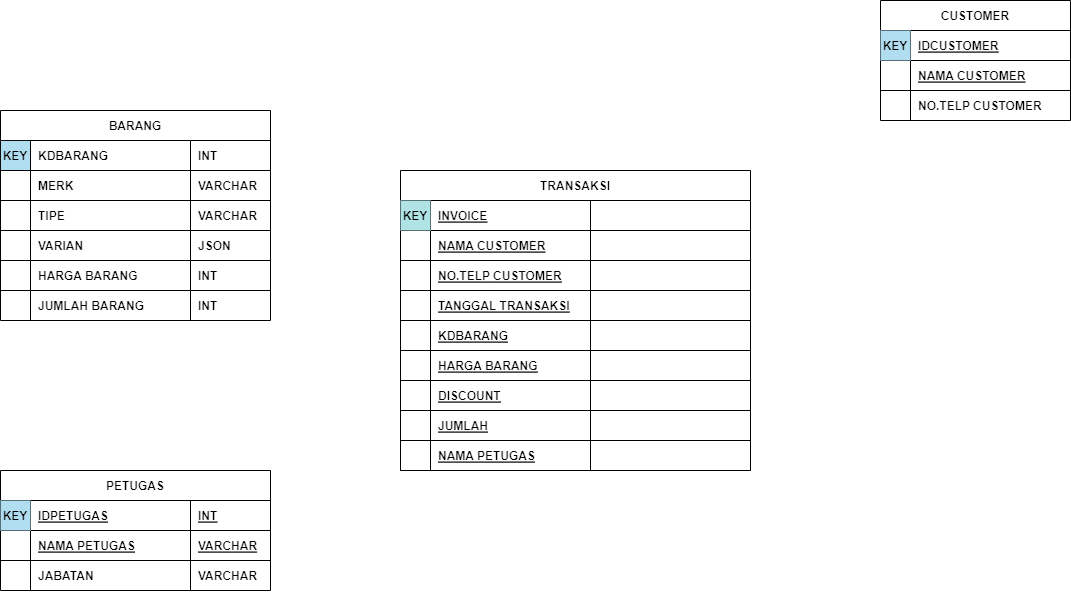
Earlier version of the draw.io export database.drawio.png (MountZ1/PR_PenjualanHandPhone_ArdiSaputraTIP-21.2). Source tidied: cells renumbered, new cells last; positions are measured from the earlier drawing's top-left corner, leaving out a move shared by most shapes.
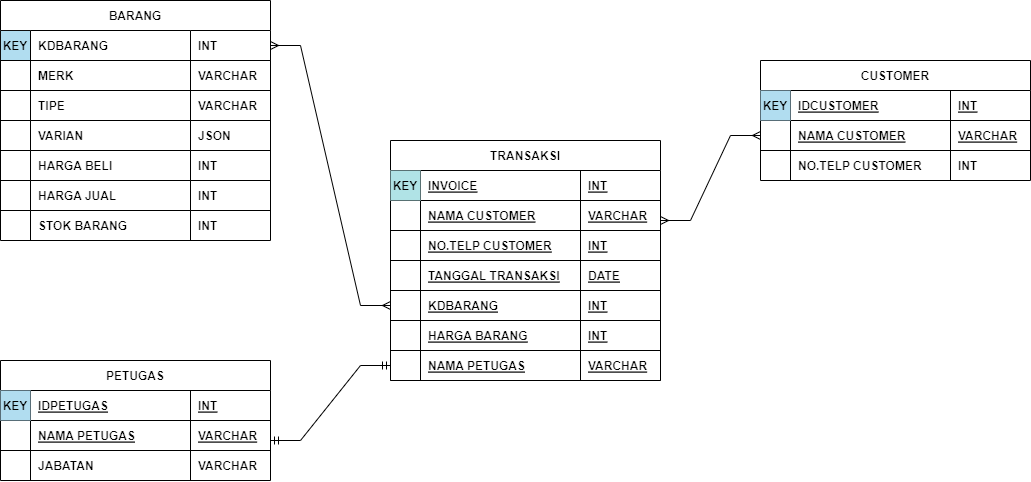
Above is the later version.

What changed in the source:
```diff
@@ -42,10 +42,10 @@
       <mxGeometry x="190" width="80" height="30" as="geometry" />
     </mxCell>
     <mxCell id="15" value="CUSTOMER" style="shape=table;startSize=30;rowLines=0;fontStyle=1;align=center;" parent="1" vertex="1">
-      <mxGeometry x="880" width="190" height="120" as="geometry" />
+      <mxGeometry x="760" y="170" width="270" height="120" as="geometry" />
     </mxCell>
     <mxCell id="16" style="shape=partialRectangle;fillColor=none;top=0;left=0;right=0;bottom=1;" parent="15" vertex="1">
-      <mxGeometry y="30" width="190" height="30" as="geometry" />
+      <mxGeometry y="30" width="270" height="30" as="geometry" />
     </mxCell>
     <mxCell id="17" value="KEY" style="shape=partialRectangle;overflow=hidden;fillColor=#b1ddf0;top=0;left=0;bottom=0;right=0;fontStyle=1;strokeColor=#10739e;" parent="16" vertex="1">
       <mxGeometry width="30" height="30" as="geometry" />
@@ -53,8 +53,11 @@
     <mxCell id="18" value="IDCUSTOMER" style="shape=partialRectangle;overflow=hidden;fillColor=none;top=0;left=0;bottom=0;right=0;align=left;spacingLeft=6;fontStyle=5;" parent="16" vertex="1">
       <mxGeometry x="30" width="160" height="30" as="geometry" />
     </mxCell>
+    <mxCell id="87" value="INT" style="shape=partialRectangle;overflow=hidden;fillColor=none;top=0;left=0;bottom=0;right=0;align=left;spacingLeft=6;fontStyle=5;" parent="16" vertex="1">
+      <mxGeometry x="190" width="80" height="30" as="geometry" />
+    </mxCell>
     <mxCell id="19" style="shape=partialRectangle;fillColor=none;points=[[0,0.5],[1,0.5]];portConstraint=eastwest;top=0;left=0;right=0;bottom=1;" parent="15" vertex="1">
-      <mxGeometry y="60" width="190" height="30" as="geometry" />
+      <mxGeometry y="60" width="270" height="30" as="geometry" />
     </mxCell>
     <mxCell id="20" style="shape=partialRectangle;overflow=hidden;fillColor=none;top=0;left=0;bottom=0;right=0;fontStyle=1;" parent="19" vertex="1">
       <mxGeometry width="30" height="30" as="geometry" />
@@ -62,8 +65,11 @@
     <mxCell id="21" value="NAMA CUSTOMER" style="shape=partialRectangle;overflow=hidden;fillColor=none;top=0;left=0;bottom=0;right=0;align=left;spacingLeft=6;fontStyle=5;" parent="19" vertex="1">
       <mxGeometry x="30" width="160" height="30" as="geometry" />
     </mxCell>
+    <mxCell id="88" value="VARCHAR" style="shape=partialRectangle;overflow=hidden;fillColor=none;top=0;left=0;bottom=0;right=0;align=left;spacingLeft=6;fontStyle=5;" parent="19" vertex="1">
+      <mxGeometry x="190" width="80" height="30" as="geometry" />
+    </mxCell>
     <mxCell id="22" style="shape=partialRectangle;fillColor=none;top=0;left=0;right=0;bottom=0;" parent="15" vertex="1">
-      <mxGeometry y="90" width="190" height="30" as="geometry" />
+      <mxGeometry y="90" width="270" height="30" as="geometry" />
     </mxCell>
     <mxCell id="23" style="shape=partialRectangle;overflow=hidden;fillColor=none;top=0;left=0;bottom=0;right=0;" parent="22" vertex="1">
       <mxGeometry width="30" height="30" as="geometry" />
@@ -71,8 +77,11 @@
     <mxCell id="24" value="NO.TELP CUSTOMER" style="shape=partialRectangle;overflow=hidden;fillColor=none;top=0;left=0;bottom=0;right=0;align=left;spacingLeft=6;fontStyle=1;" parent="22" vertex="1">
       <mxGeometry x="30" width="160" height="30" as="geometry" />
     </mxCell>
+    <mxCell id="89" value="INT" style="shape=partialRectangle;overflow=hidden;fillColor=none;top=0;left=0;bottom=0;right=0;align=left;spacingLeft=6;fontStyle=1;" parent="22" vertex="1">
+      <mxGeometry x="190" width="80" height="30" as="geometry" />
+    </mxCell>
     <mxCell id="25" value="BARANG" style="shape=table;startSize=30;rowLines=1;fontStyle=1;align=center;" parent="1" vertex="1">
-      <mxGeometry y="110" width="270" height="210" as="geometry" />
+      <mxGeometry y="110" width="270" height="240" as="geometry" />
     </mxCell>
     <mxCell id="26" style="shape=partialRectangle;fillColor=#b1ddf0;points=[[0,0.5],[1,0.5]];portConstraint=eastwest;top=1;left=1;right=1;bottom=1;strokeColor=#0d0d0d;" parent="25" vertex="1">
       <mxGeometry y="30" width="270" height="30" as="geometry" />
@@ -122,35 +131,47 @@
     <mxCell id="41" value="JSON" style="shape=partialRectangle;overflow=hidden;fillColor=none;top=0;left=0;bottom=0;right=0;align=left;spacingLeft=6;fontStyle=1;" parent="38" vertex="1">
       <mxGeometry x="190" width="80" height="30" as="geometry" />
     </mxCell>
+    <mxCell id="90" style="shape=partialRectangle;fillColor=none;top=0;left=0;right=0;bottom=0;" parent="25" vertex="1">
+      <mxGeometry y="150" width="270" height="30" as="geometry" />
+    </mxCell>
+    <mxCell id="91" style="shape=partialRectangle;overflow=hidden;fillColor=none;top=0;left=0;bottom=0;right=0;" parent="90" vertex="1">
+      <mxGeometry width="30" height="30" as="geometry" />
+    </mxCell>
+    <mxCell id="92" value="HARGA BELI" style="shape=partialRectangle;overflow=hidden;fillColor=none;top=0;left=0;bottom=0;right=0;align=left;spacingLeft=6;fontStyle=1;" parent="90" vertex="1">
+      <mxGeometry x="30" width="160" height="30" as="geometry" />
+    </mxCell>
+    <mxCell id="93" value="INT" style="shape=partialRectangle;overflow=hidden;fillColor=none;top=0;left=0;bottom=0;right=0;align=left;spacingLeft=6;fontStyle=1;" parent="90" vertex="1">
+      <mxGeometry x="190" width="80" height="30" as="geometry" />
+    </mxCell>
     <mxCell id="42" style="shape=partialRectangle;fillColor=none;top=0;left=0;right=0;bottom=0;" parent="25" vertex="1">
-      <mxGeometry y="150" width="270" height="30" as="geometry" />
+      <mxGeometry y="180" width="270" height="30" as="geometry" />
     </mxCell>
     <mxCell id="43" style="shape=partialRectangle;overflow=hidden;fillColor=none;top=0;left=0;bottom=0;right=0;" parent="42" vertex="1">
       <mxGeometry width="30" height="30" as="geometry" />
     </mxCell>
-    <mxCell id="44" value="HARGA BARANG" style="shape=partialRectangle;overflow=hidden;fillColor=none;top=0;left=0;bottom=0;right=0;align=left;spacingLeft=6;fontStyle=1;" parent="42" vertex="1">
+    <mxCell id="44" value="HARGA JUAL" style="shape=partialRectangle;overflow=hidden;fillColor=none;top=0;left=0;bottom=0;right=0;align=left;spacingLeft=6;fontStyle=1;" parent="42" vertex="1">
       <mxGeometry x="30" width="160" height="30" as="geometry" />
     </mxCell>
     <mxCell id="45" value="INT" style="shape=partialRectangle;overflow=hidden;fillColor=none;top=0;left=0;bottom=0;right=0;align=left;spacingLeft=6;fontStyle=1;" parent="42" vertex="1">
       <mxGeometry x="190" width="80" height="30" as="geometry" />
     </mxCell>
     <mxCell id="46" style="shape=partialRectangle;fillColor=none;top=0;left=0;right=0;bottom=0;" parent="25" vertex="1">
-      <mxGeometry y="180" width="270" height="30" as="geometry" />
+      <mxGeometry y="210" width="270" height="30" as="geometry" />
     </mxCell>
     <mxCell id="47" style="shape=partialRectangle;overflow=hidden;fillColor=none;top=0;left=0;bottom=0;right=0;" parent="46" vertex="1">
       <mxGeometry width="30" height="30" as="geometry" />
     </mxCell>
-    <mxCell id="48" value="JUMLAH BARANG" style="shape=partialRectangle;overflow=hidden;fillColor=none;top=0;left=0;bottom=0;right=0;align=left;spacingLeft=6;fontStyle=1;" parent="46" vertex="1">
+    <mxCell id="48" value="STOK BARANG" style="shape=partialRectangle;overflow=hidden;fillColor=none;top=0;left=0;bottom=0;right=0;align=left;spacingLeft=6;fontStyle=1;" parent="46" vertex="1">
       <mxGeometry x="30" width="160" height="30" as="geometry" />
     </mxCell>
     <mxCell id="49" value="INT" style="shape=partialRectangle;overflow=hidden;fillColor=none;top=0;left=0;bottom=0;right=0;align=left;spacingLeft=6;fontStyle=1;" parent="46" vertex="1">
       <mxGeometry x="190" width="80" height="30" as="geometry" />
     </mxCell>
     <mxCell id="50" value="TRANSAKSI" style="shape=table;startSize=30;rowLines=0;fontStyle=1;align=center;" parent="1" vertex="1">
-      <mxGeometry x="400" y="170" width="350" height="300" as="geometry" />
+      <mxGeometry x="390" y="250" width="270" height="240" as="geometry" />
     </mxCell>
     <mxCell id="51" style="shape=partialRectangle;fillColor=none;top=0;left=0;right=0;bottom=1;" parent="50" vertex="1">
-      <mxGeometry y="30" width="350" height="30" as="geometry" />
+      <mxGeometry y="30" width="270" height="30" as="geometry" />
     </mxCell>
     <mxCell id="52" value="KEY" style="shape=partialRectangle;overflow=hidden;fillColor=#b0e3e6;top=0;left=0;bottom=0;right=0;fontStyle=1;strokeColor=#0e8088;" parent="51" vertex="1">
       <mxGeometry width="30" height="30" as="geometry" />
@@ -158,11 +179,11 @@
     <mxCell id="53" value="INVOICE" style="shape=partialRectangle;overflow=hidden;fillColor=none;top=0;left=0;bottom=0;right=0;align=left;spacingLeft=6;fontStyle=5;" parent="51" vertex="1">
       <mxGeometry x="30" width="160" height="30" as="geometry" />
     </mxCell>
-    <mxCell id="54" style="shape=partialRectangle;overflow=hidden;fillColor=none;top=0;left=0;bottom=0;right=0;align=left;spacingLeft=6;fontStyle=5;" parent="51" vertex="1">
-      <mxGeometry x="190" width="160" height="30" as="geometry" />
+    <mxCell id="54" value="INT" style="shape=partialRectangle;overflow=hidden;fillColor=none;top=0;left=0;bottom=0;right=0;align=left;spacingLeft=6;fontStyle=5;" parent="51" vertex="1">
+      <mxGeometry x="190" width="80" height="30" as="geometry" />
     </mxCell>
     <mxCell id="55" style="shape=partialRectangle;fillColor=none;top=0;left=0;right=0;bottom=1;" parent="50" vertex="1">
-      <mxGeometry y="60" width="350" height="30" as="geometry" />
+      <mxGeometry y="60" width="270" height="30" as="geometry" />
     </mxCell>
     <mxCell id="56" style="shape=partialRectangle;overflow=hidden;fillColor=none;top=0;left=0;bottom=0;right=0;fontStyle=1;" parent="55" vertex="1">
       <mxGeometry width="30" height="30" as="geometry" />
@@ -170,11 +191,11 @@
     <mxCell id="57" value="NAMA CUSTOMER" style="shape=partialRectangle;overflow=hidden;fillColor=none;top=0;left=0;bottom=0;right=0;align=left;spacingLeft=6;fontStyle=5;" parent="55" vertex="1">
       <mxGeometry x="30" width="160" height="30" as="geometry" />
     </mxCell>
-    <mxCell id="58" style="shape=partialRectangle;overflow=hidden;fillColor=none;top=0;left=0;bottom=0;right=0;align=left;spacingLeft=6;fontStyle=5;" parent="55" vertex="1">
-      <mxGeometry x="190" width="160" height="30" as="geometry" />
+    <mxCell id="58" value="VARCHAR" style="shape=partialRectangle;overflow=hidden;fillColor=none;top=0;left=0;bottom=0;right=0;align=left;spacingLeft=6;fontStyle=5;" parent="55" vertex="1">
+      <mxGeometry x="190" width="80" height="30" as="geometry" />
     </mxCell>
     <mxCell id="59" style="shape=partialRectangle;fillColor=none;top=0;left=0;right=0;bottom=1;" parent="50" vertex="1">
-      <mxGeometry y="90" width="350" height="30" as="geometry" />
+      <mxGeometry y="90" width="270" height="30" as="geometry" />
     </mxCell>
     <mxCell id="60" style="shape=partialRectangle;overflow=hidden;fillColor=none;top=0;left=0;bottom=0;right=0;fontStyle=1;" parent="59" vertex="1">
       <mxGeometry width="30" height="30" as="geometry" />
@@ -182,11 +203,11 @@
     <mxCell id="61" value="NO.TELP CUSTOMER" style="shape=partialRectangle;overflow=hidden;fillColor=none;top=0;left=0;bottom=0;right=0;align=left;spacingLeft=6;fontStyle=5;" parent="59" vertex="1">
       <mxGeometry x="30" width="160" height="30" as="geometry" />
     </mxCell>
-    <mxCell id="62" style="shape=partialRectangle;overflow=hidden;fillColor=none;top=0;left=0;bottom=0;right=0;align=left;spacingLeft=6;fontStyle=5;" parent="59" vertex="1">
-      <mxGeometry x="190" width="160" height="30" as="geometry" />
+    <mxCell id="62" value="INT" style="shape=partialRectangle;overflow=hidden;fillColor=none;top=0;left=0;bottom=0;right=0;align=left;spacingLeft=6;fontStyle=5;" parent="59" vertex="1">
+      <mxGeometry x="190" width="80" height="30" as="geometry" />
     </mxCell>
     <mxCell id="63" style="shape=partialRectangle;fillColor=none;top=0;left=0;right=0;bottom=1;" parent="50" vertex="1">
-      <mxGeometry y="120" width="350" height="30" as="geometry" />
+      <mxGeometry y="120" width="270" height="30" as="geometry" />
     </mxCell>
     <mxCell id="64" style="shape=partialRectangle;overflow=hidden;fillColor=none;top=0;left=0;bottom=0;right=0;fontStyle=1;" parent="63" vertex="1">
       <mxGeometry width="30" height="30" as="geometry" />
@@ -194,11 +215,11 @@
     <mxCell id="65" value="TANGGAL TRANSAKSI" style="shape=partialRectangle;overflow=hidden;fillColor=none;top=0;left=0;bottom=0;right=0;align=left;spacingLeft=6;fontStyle=5;" parent="63" vertex="1">
       <mxGeometry x="30" width="160" height="30" as="geometry" />
     </mxCell>
-    <mxCell id="66" style="shape=partialRectangle;overflow=hidden;fillColor=none;top=0;left=0;bottom=0;right=0;align=left;spacingLeft=6;fontStyle=5;" parent="63" vertex="1">
-      <mxGeometry x="190" width="160" height="30" as="geometry" />
+    <mxCell id="66" value="DATE" style="shape=partialRectangle;overflow=hidden;fillColor=none;top=0;left=0;bottom=0;right=0;align=left;spacingLeft=6;fontStyle=5;" parent="63" vertex="1">
+      <mxGeometry x="190" width="80" height="30" as="geometry" />
     </mxCell>
     <mxCell id="67" style="shape=partialRectangle;fillColor=none;points=[[0,0.5],[1,0.5]];portConstraint=eastwest;top=0;left=0;right=0;bottom=1;" parent="50" vertex="1">
-      <mxGeometry y="150" width="350" height="30" as="geometry" />
+      <mxGeometry y="150" width="270" height="30" as="geometry" />
     </mxCell>
     <mxCell id="68" style="shape=partialRectangle;overflow=hidden;fillColor=none;top=0;left=0;bottom=0;right=0;fontStyle=1;" parent="67" vertex="1">
       <mxGeometry width="30" height="30" as="geometry" />
@@ -206,11 +227,11 @@
     <mxCell id="69" value="KDBARANG" style="shape=partialRectangle;overflow=hidden;fillColor=none;top=0;left=0;bottom=0;right=0;align=left;spacingLeft=6;fontStyle=5;" parent="67" vertex="1">
       <mxGeometry x="30" width="160" height="30" as="geometry" />
     </mxCell>
-    <mxCell id="70" style="shape=partialRectangle;overflow=hidden;fillColor=none;top=0;left=0;bottom=0;right=0;align=left;spacingLeft=6;fontStyle=5;" parent="67" vertex="1">
-      <mxGeometry x="190" width="160" height="30" as="geometry" />
+    <mxCell id="70" value="INT" style="shape=partialRectangle;overflow=hidden;fillColor=none;top=0;left=0;bottom=0;right=0;align=left;spacingLeft=6;fontStyle=5;" parent="67" vertex="1">
+      <mxGeometry x="190" width="80" height="30" as="geometry" />
     </mxCell>
     <mxCell id="71" style="shape=partialRectangle;fillColor=none;top=0;left=0;right=0;bottom=1;" parent="50" vertex="1">
-      <mxGeometry y="180" width="350" height="30" as="geometry" />
+      <mxGeometry y="180" width="270" height="30" as="geometry" />
     </mxCell>
     <mxCell id="72" style="shape=partialRectangle;overflow=hidden;fillColor=none;top=0;left=0;bottom=0;right=0;fontStyle=1;" parent="71" vertex="1">
       <mxGeometry width="30" height="30" as="geometry" />
@@ -218,35 +239,11 @@
     <mxCell id="73" value="HARGA BARANG" style="shape=partialRectangle;overflow=hidden;fillColor=none;top=0;left=0;bottom=0;right=0;align=left;spacingLeft=6;fontStyle=5;" parent="71" vertex="1">
       <mxGeometry x="30" width="160" height="30" as="geometry" />
     </mxCell>
-    <mxCell id="74" style="shape=partialRectangle;overflow=hidden;fillColor=none;top=0;left=0;bottom=0;right=0;align=left;spacingLeft=6;fontStyle=5;" parent="71" vertex="1">
-      <mxGeometry x="190" width="160" height="30" as="geometry" />
+    <mxCell id="74" value="INT" style="shape=partialRectangle;overflow=hidden;fillColor=none;top=0;left=0;bottom=0;right=0;align=left;spacingLeft=6;fontStyle=5;" parent="71" vertex="1">
+      <mxGeometry x="190" width="80" height="30" as="geometry" />
     </mxCell>
-    <mxCell id="75" style="shape=partialRectangle;fillColor=none;top=0;left=0;right=0;bottom=1;" parent="50" vertex="1">
-      <mxGeometry y="210" width="350" height="30" as="geometry" />
-    </mxCell>
-    <mxCell id="76" style="shape=partialRectangle;overflow=hidden;fillColor=none;top=0;left=0;bottom=0;right=0;fontStyle=1;" parent="75" vertex="1">
-      <mxGeometry width="30" height="30" as="geometry" />
-    </mxCell>
-    <mxCell id="77" value="DISCOUNT" style="shape=partialRectangle;overflow=hidden;fillColor=none;top=0;left=0;bottom=0;right=0;align=left;spacingLeft=6;fontStyle=5;" parent="75" vertex="1">
-      <mxGeometry x="30" width="160" height="30" as="geometry" />
-    </mxCell>
-    <mxCell id="78" style="shape=partialRectangle;overflow=hidden;fillColor=none;top=0;left=0;bottom=0;right=0;align=left;spacingLeft=6;fontStyle=5;" parent="75" vertex="1">
-      <mxGeometry x="190" width="160" height="30" as="geometry" />
-    </mxCell>
-    <mxCell id="79" style="shape=partialRectangle;fillColor=none;top=0;left=0;right=0;bottom=1;" parent="50" vertex="1">
-      <mxGeometry y="240" width="350" height="30" as="geometry" />
-    </mxCell>
-    <mxCell id="80" style="shape=partialRectangle;overflow=hidden;fillColor=none;top=0;left=0;bottom=0;right=0;fontStyle=1;" parent="79" vertex="1">
-      <mxGeometry width="30" height="30" as="geometry" />
-    </mxCell>
-    <mxCell id="81" value="JUMLAH" style="shape=partialRectangle;overflow=hidden;fillColor=none;top=0;left=0;bottom=0;right=0;align=left;spacingLeft=6;fontStyle=5;" parent="79" vertex="1">
-      <mxGeometry x="30" width="160" height="30" as="geometry" />
-    </mxCell>
-    <mxCell id="82" style="shape=partialRectangle;overflow=hidden;fillColor=none;top=0;left=0;bottom=0;right=0;align=left;spacingLeft=6;fontStyle=5;" parent="79" vertex="1">
-      <mxGeometry x="190" width="160" height="30" as="geometry" />
-    </mxCell>
     <mxCell id="83" style="shape=partialRectangle;fillColor=none;points=[[0,0.5],[1,0.5]];portConstraint=eastwest;top=0;left=0;right=0;bottom=1;" parent="50" vertex="1">
-      <mxGeometry y="270" width="350" height="30" as="geometry" />
+      <mxGeometry y="210" width="270" height="30" as="geometry" />
     </mxCell>
     <mxCell id="84" style="shape=partialRectangle;overflow=hidden;fillColor=none;top=0;left=0;bottom=0;right=0;fontStyle=1;" parent="83" vertex="1">
       <mxGeometry width="30" height="30" as="geometry" />
@@ -254,8 +251,25 @@
     <mxCell id="85" value="NAMA PETUGAS" style="shape=partialRectangle;overflow=hidden;fillColor=none;top=0;left=0;bottom=0;right=0;align=left;spacingLeft=6;fontStyle=5;" parent="83" vertex="1">
       <mxGeometry x="30" width="160" height="30" as="geometry" />
     </mxCell>
-    <mxCell id="86" style="shape=partialRectangle;overflow=hidden;fillColor=none;top=0;left=0;bottom=0;right=0;align=left;spacingLeft=6;fontStyle=5;" parent="83" vertex="1">
-      <mxGeometry x="190" width="160" height="30" as="geometry" />
+    <mxCell id="86" value="VARCHAR" style="shape=partialRectangle;overflow=hidden;fillColor=none;top=0;left=0;bottom=0;right=0;align=left;spacingLeft=6;fontStyle=5;" parent="83" vertex="1">
+      <mxGeometry x="190" width="80" height="30" as="geometry" />
     </mxCell>
+    <mxCell id="94" style="edgeStyle=entityRelationEdgeStyle;fontSize=12;html=1;endArrow=ERmany;startArrow=ERmany;rounded=0;entryX=0;entryY=0.5;entryDx=0;entryDy=0;exitX=1;exitY=0.5;exitDx=0;exitDy=0;" parent="1" edge="1" source="26" target="67">
+      <mxGeometry relative="1" as="geometry">
+        <Array as="points">
+          <mxPoint x="340" y="200" />
+        </Array>
+      </mxGeometry>
+    </mxCell>
+    <mxCell id="95" style="edgeStyle=entityRelationEdgeStyle;fontSize=12;html=1;endArrow=ERmany;startArrow=ERmany;rounded=0;entryX=0;entryY=0.5;entryDx=0;entryDy=0;" parent="1" edge="1" target="19">
+      <mxGeometry relative="1" as="geometry">
+        <mxPoint x="660" y="330" as="sourcePoint" />
+      </mxGeometry>
+    </mxCell>
+    <mxCell id="96" style="edgeStyle=entityRelationEdgeStyle;fontSize=12;html=1;endArrow=ERmandOne;startArrow=ERmandOne;rounded=0;entryX=0;entryY=0.5;entryDx=0;entryDy=0;" parent="1" edge="1" target="83">
+      <mxGeometry relative="1" as="geometry">
+        <mxPoint x="270" y="550" as="sourcePoint" />
+      </mxGeometry>
+    </mxCell>
   </root>
 </mxGraphModel>
```
